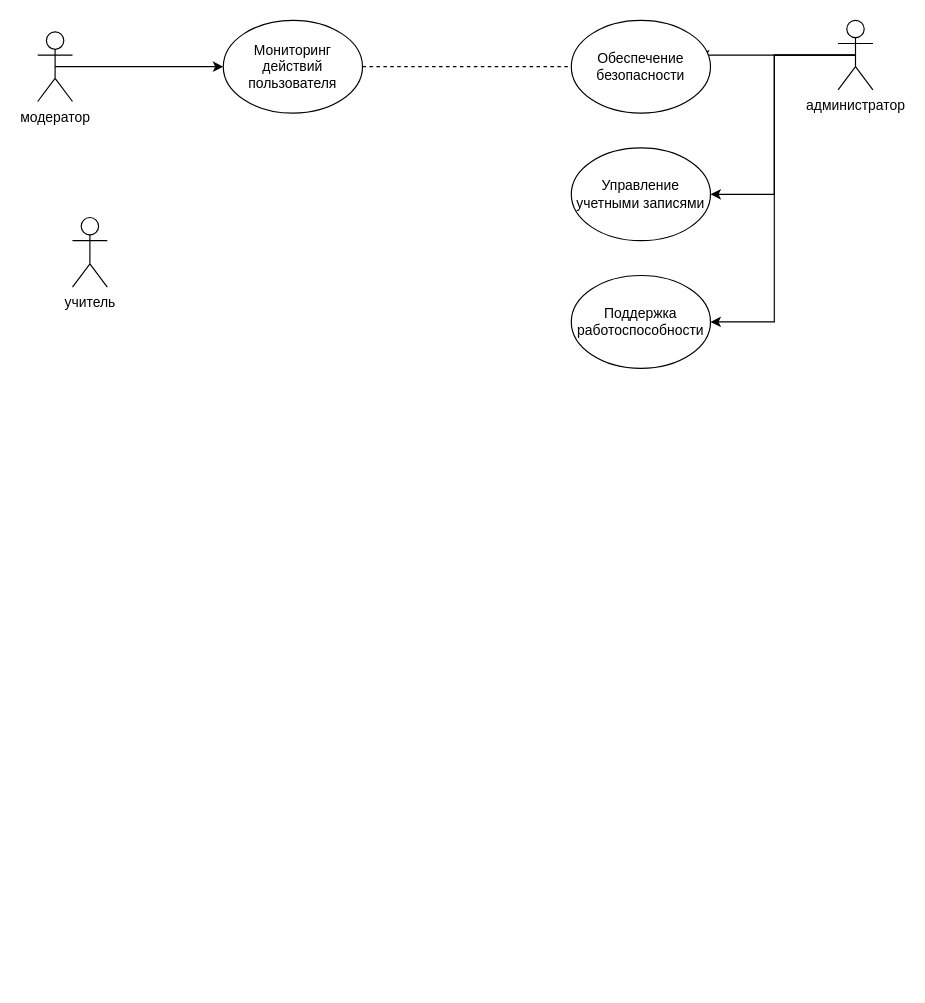
mpdpl/mpdpl keeps this draw.io diagram as Диаграмма без названия.drawio. Above is the earlier version. Source tidied: cells renumbered, new cells numbered last; positions are measured from the earlier drawing's top-left corner, leaving out a move shared by most shapes. Both pictures are drawn from the tidied source at 116%, with x=0, y=0 at pixel (37, 20).
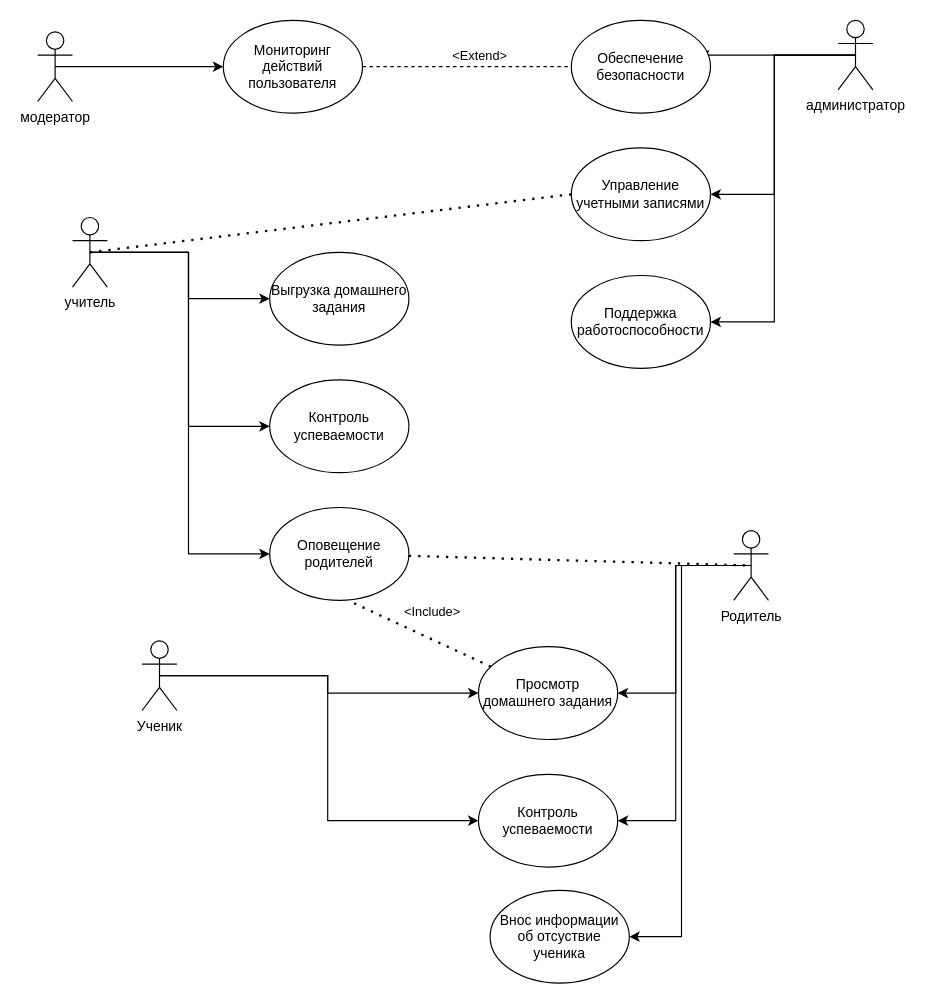
Above is the later version.

The change refers to these unchanged cells:
```xml
<mxCell id="10" style="endArrow=none;dashed=1;html=1;rounded=0;exitX=1;exitY=0.5;exitDx=0;exitDy=0;entryX=0;entryY=0.5;entryDx=0;entryDy=0;" parent="1" edge="1" source="4" target="9">
  <mxGeometry relative="1" as="geometry" />
</mxCell>
<mxCell id="11" value="Управление учетными записями" style="ellipse;whiteSpace=wrap;html=1;" parent="1" vertex="1">
  <mxGeometry x="460" y="110" width="120" height="80" as="geometry" />
</mxCell>
<mxCell id="13" value="учитель" style="shape=umlActor;verticalLabelPosition=bottom;verticalAlign=top;html=1;outlineConnect=0;" parent="1" vertex="1">
  <mxGeometry x="30" y="170" width="30" height="60" as="geometry" />
</mxCell>
```

Diff of the diagram source:
```diff
@@
+    <mxCell id="14" value="&amp;lt;Extend&amp;gt;" style="edgeLabel;html=1;align=center;verticalAlign=middle;" parent="10" vertex="1">
+      <mxGeometry x="0.32" relative="1" as="geometry">
+        <mxPoint x="-19" y="-10" as="offset" />
+      </mxGeometry>
+    </mxCell>
@@
+    <mxCell id="15" style="edgeStyle=orthogonalEdgeStyle;rounded=0;jettySize=auto;html=1;exitX=0.5;exitY=0.5;exitDx=0;exitDy=0;exitPerimeter=0;" parent="1" edge="1" source="13" target="18">
+      <mxGeometry relative="1" as="geometry" />
+    </mxCell>
+    <mxCell id="16" style="edgeStyle=orthogonalEdgeStyle;rounded=0;jettySize=auto;html=1;exitX=0.5;exitY=0.5;exitDx=0;exitDy=0;exitPerimeter=0;entryX=0;entryY=0.5;entryDx=0;entryDy=0;" parent="1" edge="1" source="13" target="20">
+      <mxGeometry relative="1" as="geometry" />
+    </mxCell>
+    <mxCell id="17" style="edgeStyle=orthogonalEdgeStyle;rounded=0;jettySize=auto;html=1;exitX=0.5;exitY=0.5;exitDx=0;exitDy=0;exitPerimeter=0;entryX=0;entryY=0.5;entryDx=0;entryDy=0;" parent="1" edge="1" source="13" target="21">
+      <mxGeometry relative="1" as="geometry" />
+    </mxCell>
@@
+    <mxCell id="18" value="Выгрузка домашнего задания" style="ellipse;whiteSpace=wrap;html=1;" parent="1" vertex="1">
+      <mxGeometry x="200" y="200" width="120" height="80" as="geometry" />
+    </mxCell>
+    <mxCell id="19" style="endArrow=none;dashed=1;html=1;dashPattern=1 3;strokeWidth=2;rounded=0;exitX=0.5;exitY=0.5;exitDx=0;exitDy=0;exitPerimeter=0;entryX=0;entryY=0.5;entryDx=0;entryDy=0;" parent="1" edge="1" source="13" target="11">
+      <mxGeometry relative="1" as="geometry" />
+    </mxCell>
+    <mxCell id="20" value="Контроль успеваемости" style="ellipse;whiteSpace=wrap;html=1;" parent="1" vertex="1">
+      <mxGeometry x="200" y="310" width="120" height="80" as="geometry" />
+    </mxCell>
+    <mxCell id="21" value="Оповещение родителей" style="ellipse;whiteSpace=wrap;html=1;" parent="1" vertex="1">
+      <mxGeometry x="200" y="420" width="120" height="80" as="geometry" />
+    </mxCell>
+    <mxCell id="22" style="edgeStyle=orthogonalEdgeStyle;rounded=0;jettySize=auto;html=1;exitX=0.5;exitY=0.5;exitDx=0;exitDy=0;exitPerimeter=0;entryX=1;entryY=0.5;entryDx=0;entryDy=0;" parent="1" edge="1" source="25" target="27">
+      <mxGeometry relative="1" as="geometry" />
+    </mxCell>
+    <mxCell id="23" style="edgeStyle=orthogonalEdgeStyle;rounded=0;jettySize=auto;html=1;exitX=0.5;exitY=0.5;exitDx=0;exitDy=0;exitPerimeter=0;entryX=1;entryY=0.5;entryDx=0;entryDy=0;" parent="1" edge="1" source="25" target="31">
+      <mxGeometry relative="1" as="geometry" />
+    </mxCell>
+    <mxCell id="24" style="edgeStyle=orthogonalEdgeStyle;rounded=0;jettySize=auto;html=1;exitX=0.5;exitY=0.5;exitDx=0;exitDy=0;exitPerimeter=0;entryX=1;entryY=0.5;entryDx=0;entryDy=0;" parent="1" edge="1" source="25" target="32">
+      <mxGeometry relative="1" as="geometry" />
+    </mxCell>
+    <mxCell id="25" value="Родитель" style="shape=umlActor;verticalLabelPosition=bottom;verticalAlign=top;html=1;outlineConnect=0;" parent="1" vertex="1">
+      <mxGeometry x="600" y="440" width="30" height="60" as="geometry" />
+    </mxCell>
+    <mxCell id="26" style="endArrow=none;dashed=1;html=1;dashPattern=1 3;strokeWidth=2;rounded=0;entryX=0.5;entryY=0.5;entryDx=0;entryDy=0;entryPerimeter=0;" parent="1" edge="1" source="21" target="25">
+      <mxGeometry relative="1" as="geometry" />
+    </mxCell>
+    <mxCell id="27" value="Просмотр домашнего задания" style="ellipse;whiteSpace=wrap;html=1;" parent="1" vertex="1">
+      <mxGeometry x="380" y="540" width="120" height="80" as="geometry" />
+    </mxCell>
+    <mxCell id="28" style="edgeStyle=orthogonalEdgeStyle;rounded=0;jettySize=auto;html=1;exitX=0.5;exitY=0.5;exitDx=0;exitDy=0;exitPerimeter=0;" parent="1" edge="1" source="30" target="27">
+      <mxGeometry relative="1" as="geometry" />
+    </mxCell>
+    <mxCell id="29" style="edgeStyle=orthogonalEdgeStyle;rounded=0;jettySize=auto;html=1;exitX=0.5;exitY=0.5;exitDx=0;exitDy=0;exitPerimeter=0;entryX=0;entryY=0.5;entryDx=0;entryDy=0;" parent="1" edge="1" source="30" target="31">
+      <mxGeometry relative="1" as="geometry" />
+    </mxCell>
+    <mxCell id="30" value="Ученик" style="shape=umlActor;verticalLabelPosition=bottom;verticalAlign=top;html=1;outlineConnect=0;" parent="1" vertex="1">
+      <mxGeometry x="90" y="535" width="30" height="60" as="geometry" />
+    </mxCell>
+    <mxCell id="31" value="Контроль успеваемости" style="ellipse;whiteSpace=wrap;html=1;" parent="1" vertex="1">
+      <mxGeometry x="380" y="650" width="120" height="80" as="geometry" />
+    </mxCell>
+    <mxCell id="32" value="Внос информации об отсуствие ученика" style="ellipse;whiteSpace=wrap;html=1;" parent="1" vertex="1">
+      <mxGeometry x="390" y="750" width="120" height="80" as="geometry" />
+    </mxCell>
+    <mxCell id="33" style="endArrow=none;dashed=1;html=1;dashPattern=1 3;strokeWidth=2;rounded=0;entryX=0.57;entryY=1.007;entryDx=0;entryDy=0;entryPerimeter=0;" parent="1" edge="1" source="27" target="21">
+      <mxGeometry relative="1" as="geometry" />
+    </mxCell>
+    <mxCell id="34" value="&amp;lt;Include&amp;gt;" style="edgeLabel;html=1;align=center;verticalAlign=middle;" parent="33" vertex="1">
+      <mxGeometry x="0.26" y="-1" relative="1" as="geometry">
+        <mxPoint x="26" y="-11" as="offset" />
+      </mxGeometry>
+    </mxCell>
```
